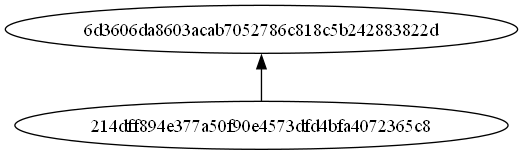
Mirai588/config_dz keeps this Graphviz diagram as task2/output.png. Above is the earlier version. Its source is kept beside it as task2/output.dot. Its diagram source:
```dot
digraph {
	rankdir=BT
	"214dff894e377a50f90e4573dfd4bfa4072365c8" [label="214dff894e377a50f90e4573dfd4bfa4072365c8"]
	"6d3606da8603acab7052786c818c5b242883822d" [label="6d3606da8603acab7052786c818c5b242883822d"]
	"214dff894e377a50f90e4573dfd4bfa4072365c8" -> "6d3606da8603acab7052786c818c5b242883822d"
}
```
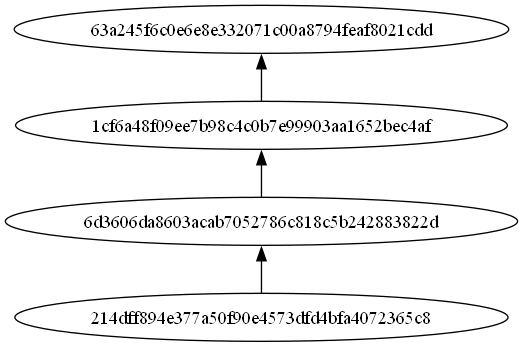
The same file after the commit.

Diff of the diagram source:
```diff
@@ -3,4 +3,8 @@
 	"214dff894e377a50f90e4573dfd4bfa4072365c8" [label="214dff894e377a50f90e4573dfd4bfa4072365c8"]
 	"6d3606da8603acab7052786c818c5b242883822d" [label="6d3606da8603acab7052786c818c5b242883822d"]
 	"214dff894e377a50f90e4573dfd4bfa4072365c8" -> "6d3606da8603acab7052786c818c5b242883822d"
+	"1cf6a48f09ee7b98c4c0b7e99903aa1652bec4af" [label="1cf6a48f09ee7b98c4c0b7e99903aa1652bec4af"]
+	"6d3606da8603acab7052786c818c5b242883822d" -> "1cf6a48f09ee7b98c4c0b7e99903aa1652bec4af"
+	"63a245f6c0e6e8e332071c00a8794feaf8021cdd" [label="63a245f6c0e6e8e332071c00a8794feaf8021cdd"]
+	"1cf6a48f09ee7b98c4c0b7e99903aa1652bec4af" -> "63a245f6c0e6e8e332071c00a8794feaf8021cdd"
 }
```
